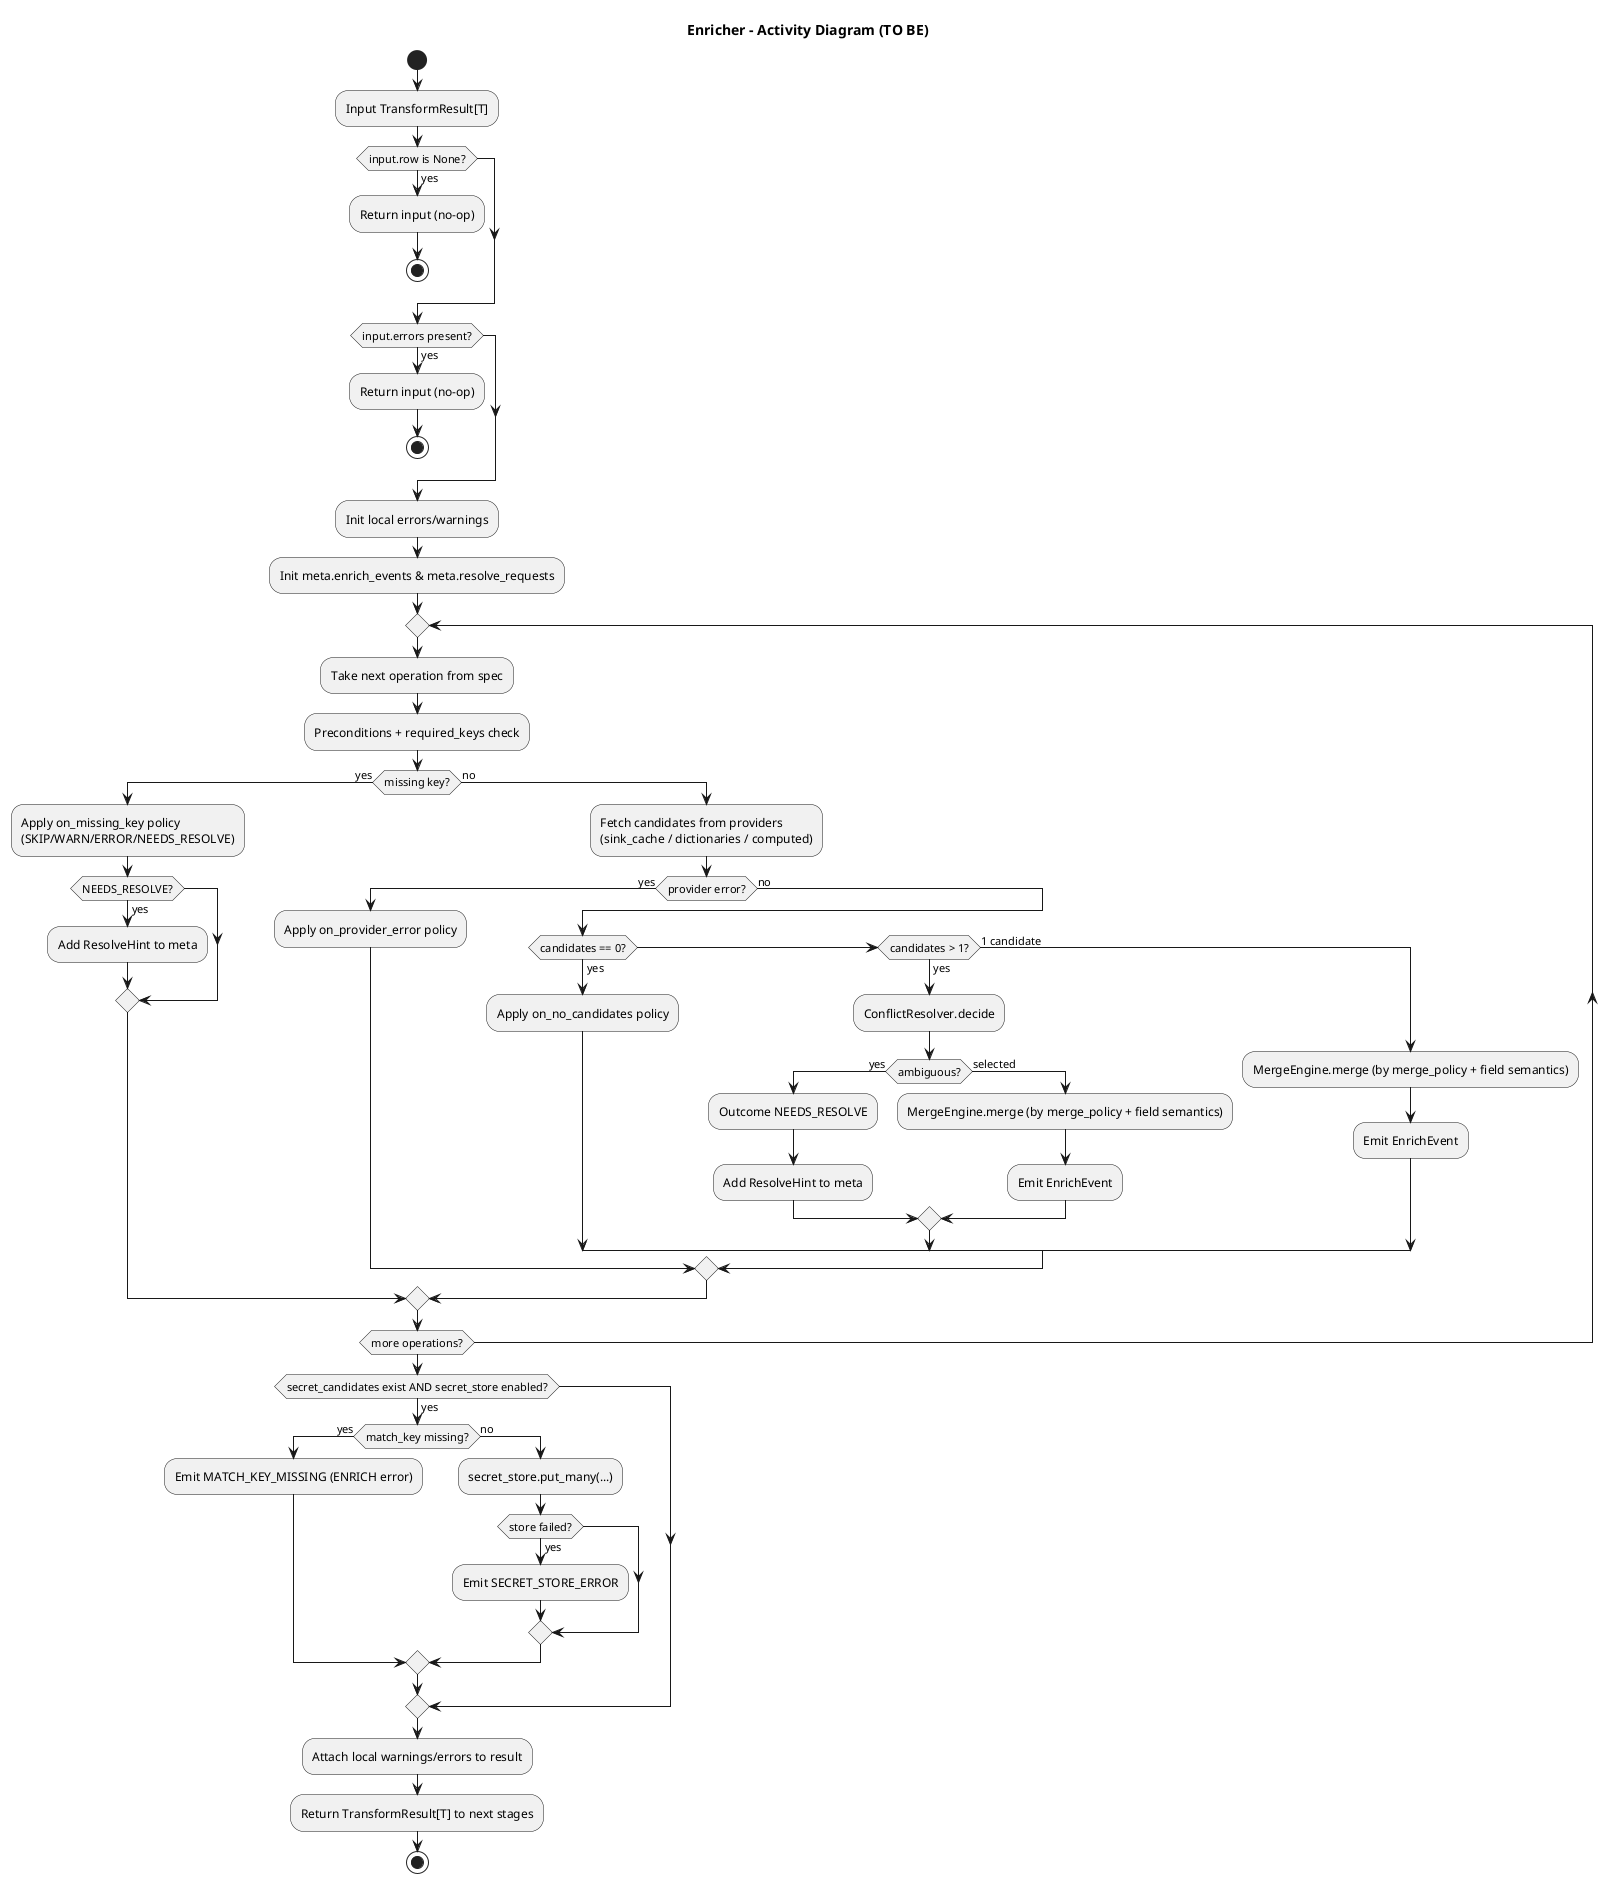
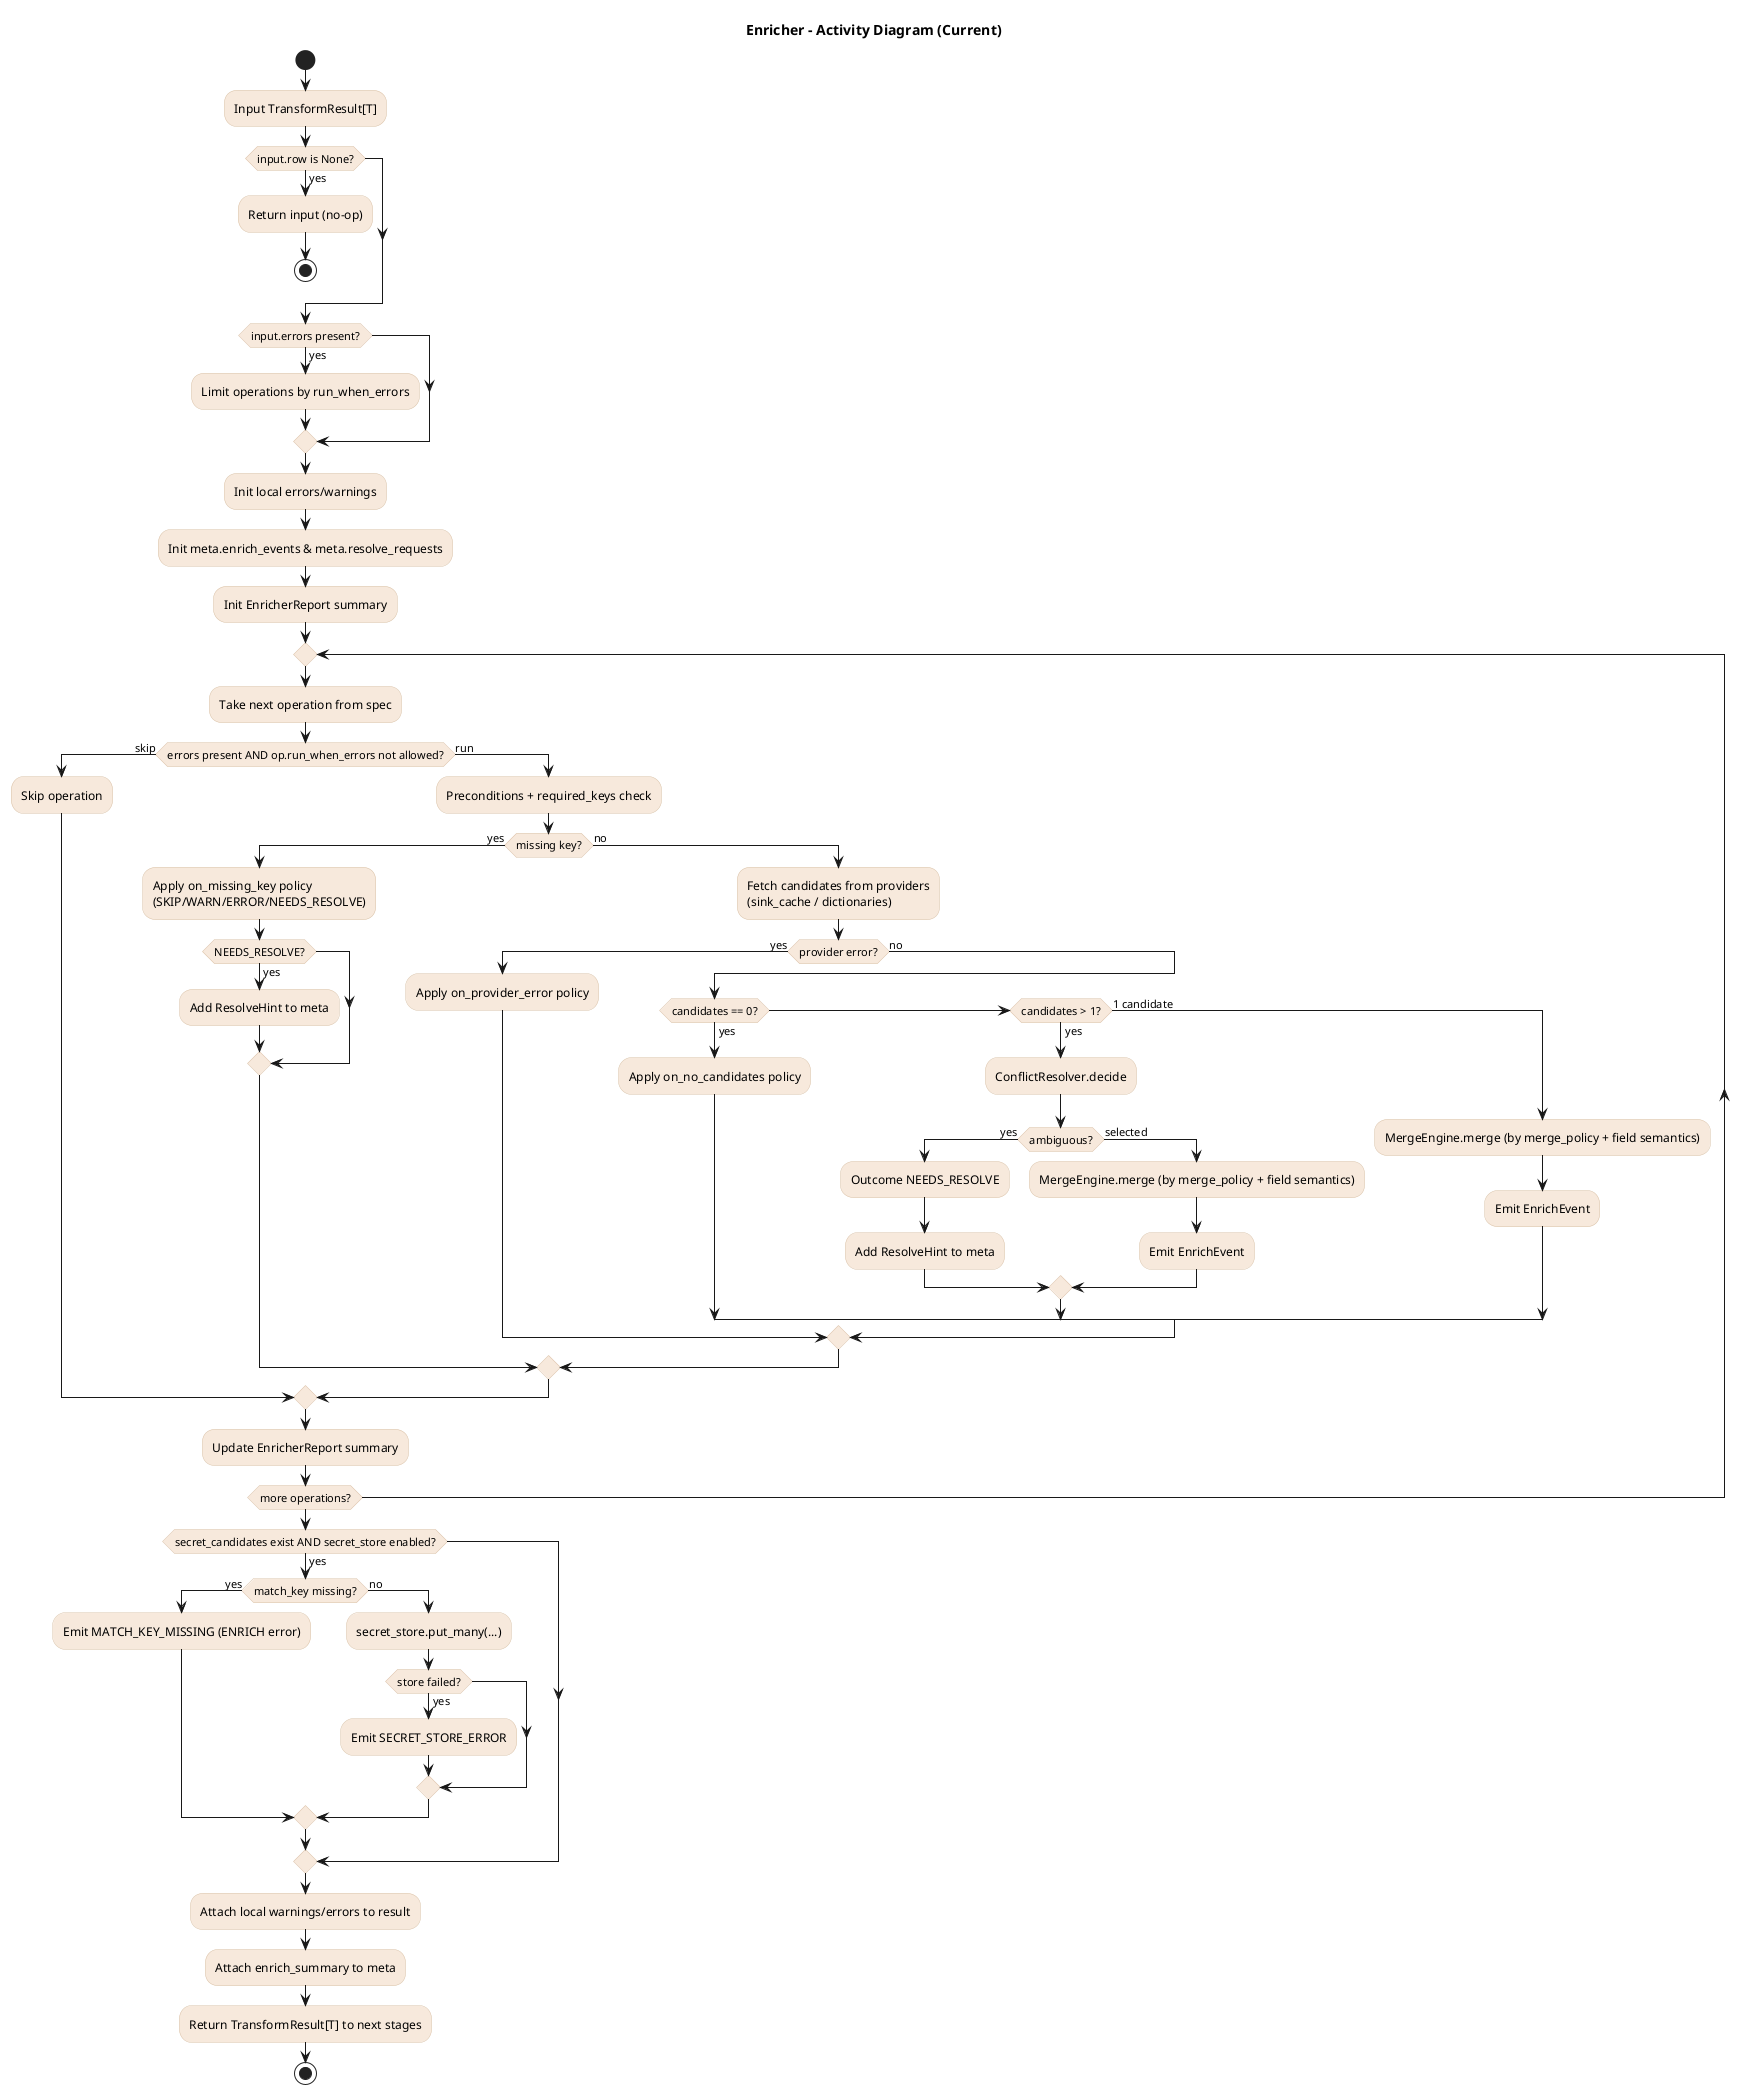
@startuml
- title Enricher - Activity Diagram (TO BE)
+ title Enricher - Activity Diagram (Current)
+ skinparam backgroundColor white
+ skinparam linetype ortho
+ skinparam defaultFontName Arial
+ skinparam activity {
+   BackgroundColor #f7e9dc
+   BorderColor #d9c2a8
+ }

start
:Input TransformResult[T];

if (input.row is None?) then (yes)
  :Return input (no-op);
  stop
endif

if (input.errors present?) then (yes)
-   :Return input (no-op);
-   stop
+   :Limit operations by run_when_errors;
endif

:Init local errors/warnings;
:Init meta.enrich_events & meta.resolve_requests;
+ :Init EnricherReport summary;

repeat
  :Take next operation from spec;
+   if (errors present AND op.run_when_errors not allowed?) then (skip)
+     :Skip operation;
+   else (run)

  :Preconditions + required_keys check;
  if (missing key?) then (yes)
    :Apply on_missing_key policy\n(SKIP/WARN/ERROR/NEEDS_RESOLVE);
    if (NEEDS_RESOLVE?) then (yes)
      :Add ResolveHint to meta;
    endif
  else (no)
-     :Fetch candidates from providers\n(sink_cache / dictionaries / computed);
+     :Fetch candidates from providers\n(sink_cache / dictionaries);
    if (provider error?) then (yes)
      :Apply on_provider_error policy;
    else (no)
      if (candidates == 0?) then (yes)
        :Apply on_no_candidates policy;
      elseif (candidates > 1?) then (yes)
        :ConflictResolver.decide;
        if (ambiguous?) then (yes)
          :Outcome NEEDS_RESOLVE;
          :Add ResolveHint to meta;
        else (selected)
          :MergeEngine.merge (by merge_policy + field semantics);
          :Emit EnrichEvent;
        endif
      else (1 candidate)
        :MergeEngine.merge (by merge_policy + field semantics);
        :Emit EnrichEvent;
      endif
    endif
  endif
+   endif
+ 
+   :Update EnricherReport summary;

repeat while (more operations?)

if (secret_candidates exist AND secret_store enabled?) then (yes)
  if (match_key missing?) then (yes)
    :Emit MATCH_KEY_MISSING (ENRICH error);
  else (no)
    :secret_store.put_many(...);
    if (store failed?) then (yes)
      :Emit SECRET_STORE_ERROR;
    endif
  endif
endif

:Attach local warnings/errors to result;
+ :Attach enrich_summary to meta;
:Return TransformResult[T] to next stages;
stop

@enduml
